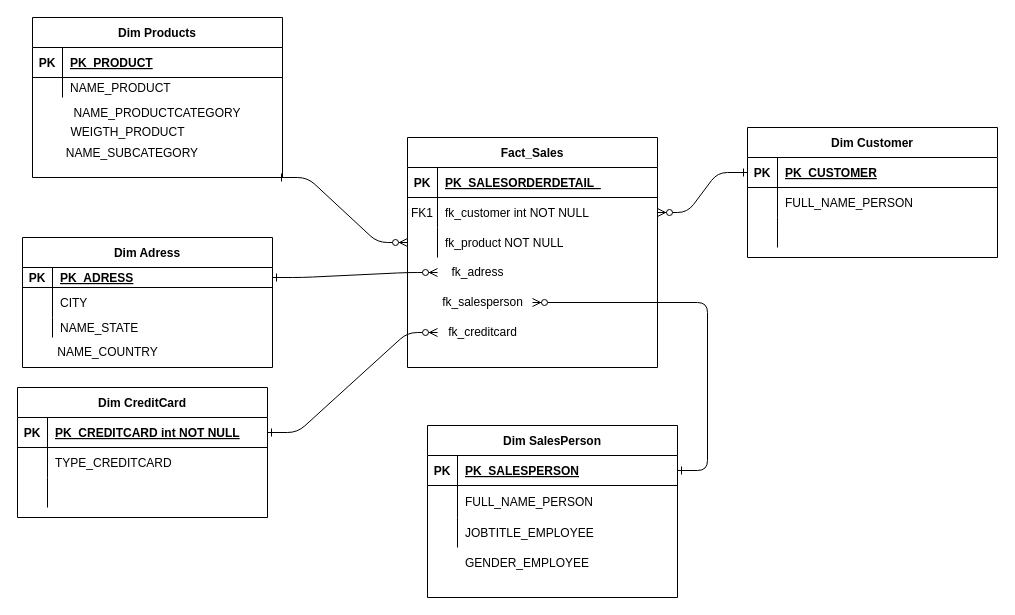
Before: Diagrama sem nome.drawio in LNavarroo/adventure-works, a draw.io diagram. Source tidied: cells renumbered, new cells numbered last; positions are measured from the earlier drawing's top-left corner, leaving out a move shared by most shapes. Both pictures are drawn from the tidied source at 100%, with x=0, y=0 at pixel (17, 17).
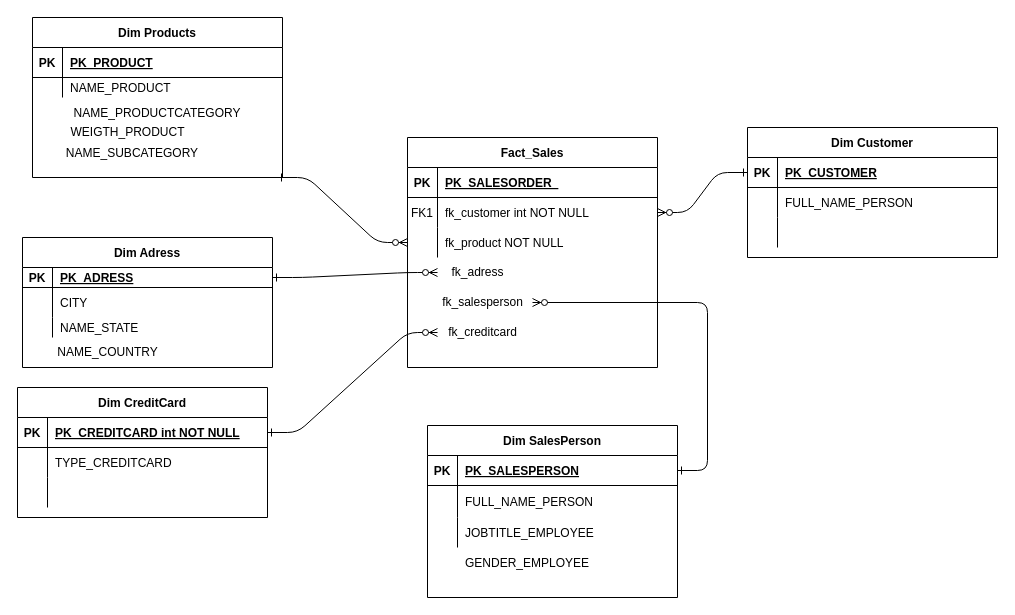
Above is the later version.

Unchanged cells that the change refers to:
```xml
<mxCell id="4" style="shape=partialRectangle;fillColor=none;top=0;left=0;right=0;bottom=1;" parent="3" vertex="1">
  <mxGeometry y="30" width="250" height="30" as="geometry" />
</mxCell>
```

The edit, as a diff of the source:
```diff
@@
-    <mxCell id="6" value="PK_SALESORDERDETAIL  " style="shape=partialRectangle;overflow=hidden;fillColor=none;top=0;left=0;bottom=0;right=0;align=left;spacingLeft=6;fontStyle=5;" parent="4" vertex="1">
+    <mxCell id="6" value="PK_SALESORDER  " style="shape=partialRectangle;overflow=hidden;fillColor=none;top=0;left=0;bottom=0;right=0;align=left;spacingLeft=6;fontStyle=5;" parent="4" vertex="1">
       <mxGeometry x="30" width="220" height="30" as="geometry" />
     </mxCell>
```
